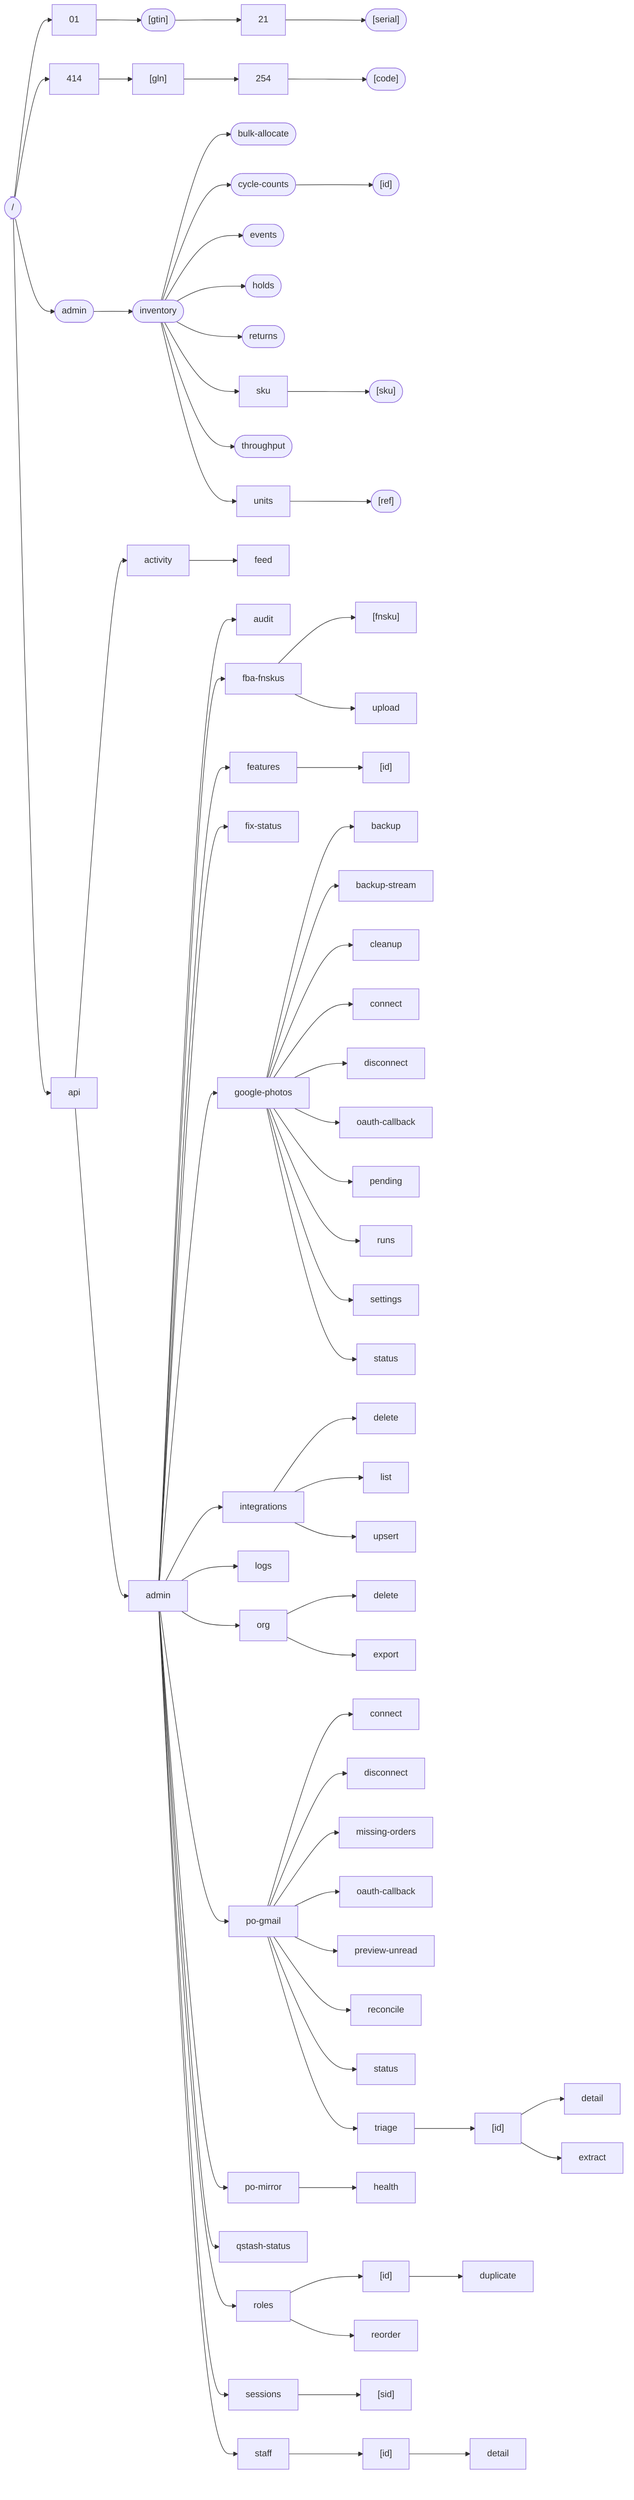
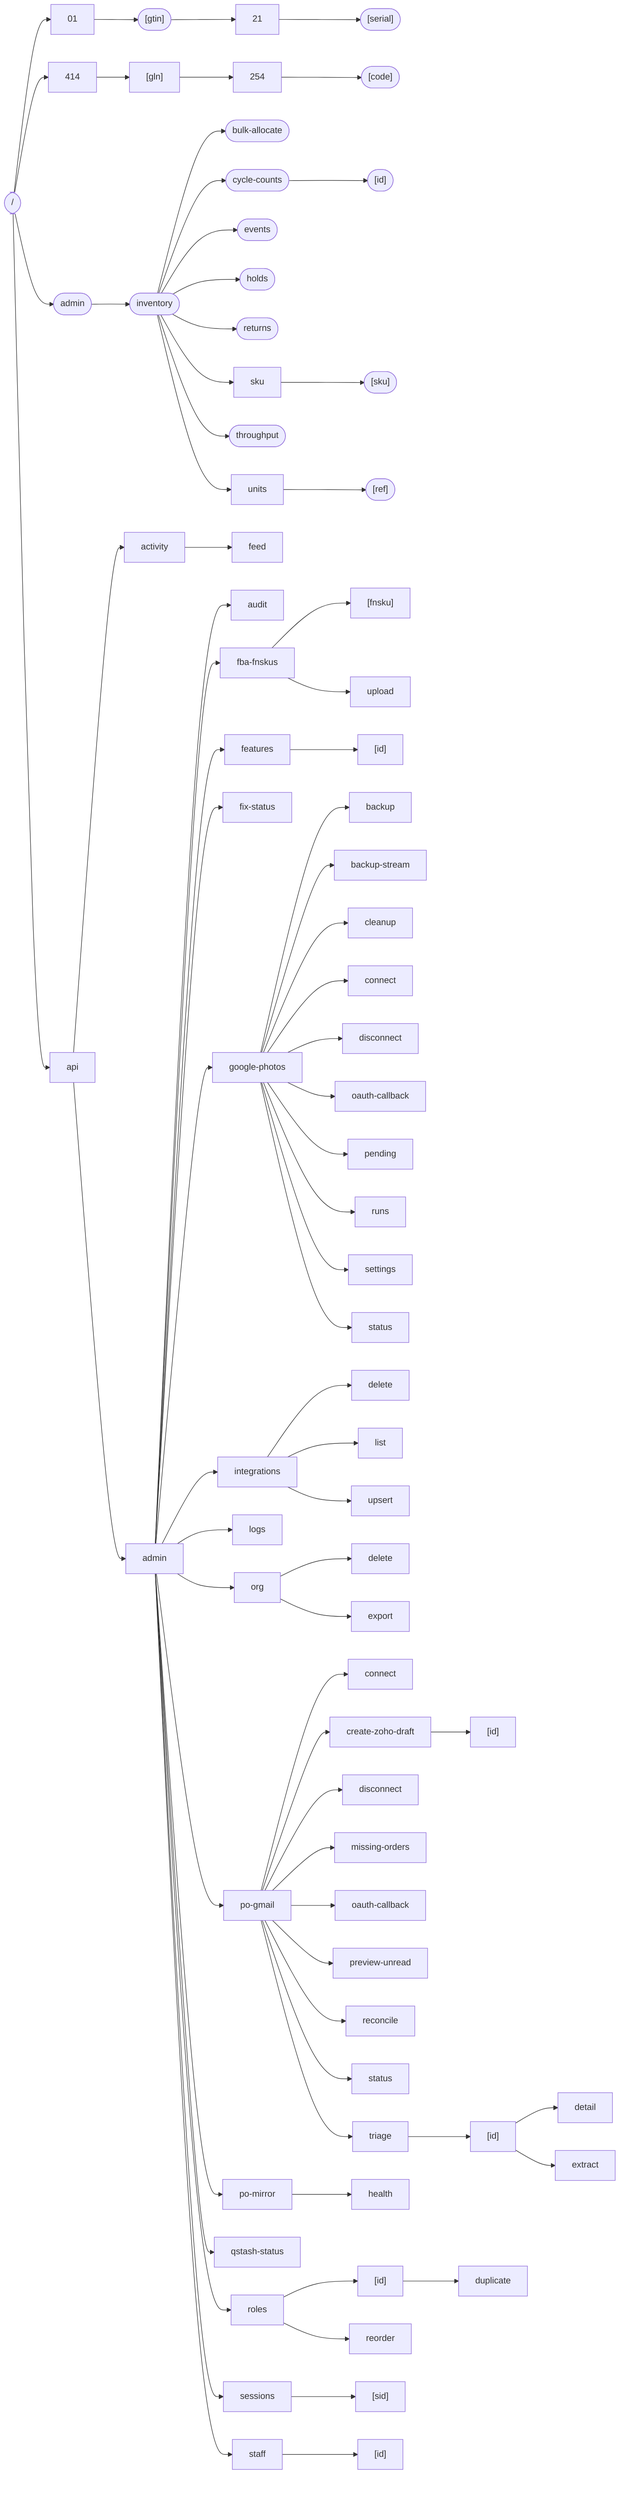
flowchart LR
  root(["/"])
  01["01"]
  root --> 01
  01__gtin(["[gtin]"])
  01 --> 01__gtin
  click 01__gtin "src/app/01/[gtin]/page.tsx" "page: src/app/01/[gtin]/page.tsx"
  01__gtin__21["21"]
  01__gtin --> 01__gtin__21
  01__gtin__21__serial(["[serial]"])
  01__gtin__21 --> 01__gtin__21__serial
  click 01__gtin__21__serial "src/app/01/[gtin]/21/[serial]/page.tsx" "page: src/app/01/[gtin]/21/[serial]/page.tsx"
  414["414"]
  root --> 414
  414__gln["[gln]"]
  414 --> 414__gln
  414__gln__254["254"]
  414__gln --> 414__gln__254
  414__gln__254__code(["[code]"])
  414__gln__254 --> 414__gln__254__code
  click 414__gln__254__code "src/app/414/[gln]/254/[code]/page.tsx" "page: src/app/414/[gln]/254/[code]/page.tsx"
  admin(["admin"])
  root --> admin
  click admin "src/app/admin/page.tsx" "page: src/app/admin/page.tsx"
  admin_inventory(["inventory"])
  admin --> admin_inventory
  click admin_inventory "src/app/admin/inventory/page.tsx" "page: src/app/admin/inventory/page.tsx"
  admin_inventory_bulk_allocate(["bulk-allocate"])
  admin_inventory --> admin_inventory_bulk_allocate
  click admin_inventory_bulk_allocate "src/app/admin/inventory/bulk-allocate/page.tsx" "page: src/app/admin/inventory/bulk-allocate/page.tsx"
  admin_inventory_cycle_counts(["cycle-counts"])
  admin_inventory --> admin_inventory_cycle_counts
  click admin_inventory_cycle_counts "src/app/admin/inventory/cycle-counts/page.tsx" "page: src/app/admin/inventory/cycle-counts/page.tsx"
  admin_inventory_cycle_counts__id(["[id]"])
  admin_inventory_cycle_counts --> admin_inventory_cycle_counts__id
  click admin_inventory_cycle_counts__id "src/app/admin/inventory/cycle-counts/[id]/page.tsx" "page: src/app/admin/inventory/cycle-counts/[id]/page.tsx"
  admin_inventory_events(["events"])
  admin_inventory --> admin_inventory_events
  click admin_inventory_events "src/app/admin/inventory/events/page.tsx" "page: src/app/admin/inventory/events/page.tsx"
  admin_inventory_holds(["holds"])
  admin_inventory --> admin_inventory_holds
  click admin_inventory_holds "src/app/admin/inventory/holds/page.tsx" "page: src/app/admin/inventory/holds/page.tsx"
  admin_inventory_returns(["returns"])
  admin_inventory --> admin_inventory_returns
  click admin_inventory_returns "src/app/admin/inventory/returns/page.tsx" "page: src/app/admin/inventory/returns/page.tsx"
  admin_inventory_sku["sku"]
  admin_inventory --> admin_inventory_sku
  admin_inventory_sku__sku(["[sku]"])
  admin_inventory_sku --> admin_inventory_sku__sku
  click admin_inventory_sku__sku "src/app/admin/inventory/sku/[sku]/page.tsx" "page: src/app/admin/inventory/sku/[sku]/page.tsx"
  admin_inventory_throughput(["throughput"])
  admin_inventory --> admin_inventory_throughput
  click admin_inventory_throughput "src/app/admin/inventory/throughput/page.tsx" "page: src/app/admin/inventory/throughput/page.tsx"
  admin_inventory_units["units"]
  admin_inventory --> admin_inventory_units
  admin_inventory_units__ref(["[ref]"])
  admin_inventory_units --> admin_inventory_units__ref
  click admin_inventory_units__ref "src/app/admin/inventory/units/[ref]/page.tsx" "page: src/app/admin/inventory/units/[ref]/page.tsx"
  api["api"]
  root --> api
  api_activity["activity"]
  api --> api_activity
  api_activity_feed["feed"]
  api_activity --> api_activity_feed
  click api_activity_feed "src/app/api/activity/feed/route.ts" "route: src/app/api/activity/feed/route.ts"
  api_admin["admin"]
  api --> api_admin
  api_admin_audit["audit"]
  api_admin --> api_admin_audit
  click api_admin_audit "src/app/api/admin/audit/route.ts" "route: src/app/api/admin/audit/route.ts"
  api_admin_fba_fnskus["fba-fnskus"]
  api_admin --> api_admin_fba_fnskus
  click api_admin_fba_fnskus "src/app/api/admin/fba-fnskus/route.ts" "route: src/app/api/admin/fba-fnskus/route.ts"
  api_admin_fba_fnskus__fnsku["[fnsku]"]
  api_admin_fba_fnskus --> api_admin_fba_fnskus__fnsku
  click api_admin_fba_fnskus__fnsku "src/app/api/admin/fba-fnskus/[fnsku]/route.ts" "route: src/app/api/admin/fba-fnskus/[fnsku]/route.ts"
  api_admin_fba_fnskus_upload["upload"]
  api_admin_fba_fnskus --> api_admin_fba_fnskus_upload
  click api_admin_fba_fnskus_upload "src/app/api/admin/fba-fnskus/upload/route.ts" "route: src/app/api/admin/fba-fnskus/upload/route.ts"
  api_admin_features["features"]
  api_admin --> api_admin_features
  click api_admin_features "src/app/api/admin/features/route.ts" "route: src/app/api/admin/features/route.ts"
  api_admin_features__id["[id]"]
  api_admin_features --> api_admin_features__id
  click api_admin_features__id "src/app/api/admin/features/[id]/route.ts" "route: src/app/api/admin/features/[id]/route.ts"
  api_admin_fix_status["fix-status"]
  api_admin --> api_admin_fix_status
  click api_admin_fix_status "src/app/api/admin/fix-status/route.ts" "route: src/app/api/admin/fix-status/route.ts"
  api_admin_google_photos["google-photos"]
  api_admin --> api_admin_google_photos
  api_admin_google_photos_backup["backup"]
  api_admin_google_photos --> api_admin_google_photos_backup
  click api_admin_google_photos_backup "src/app/api/admin/google-photos/backup/route.ts" "route: src/app/api/admin/google-photos/backup/route.ts"
  api_admin_google_photos_backup_stream["backup-stream"]
  api_admin_google_photos --> api_admin_google_photos_backup_stream
  click api_admin_google_photos_backup_stream "src/app/api/admin/google-photos/backup-stream/route.ts" "route: src/app/api/admin/google-photos/backup-stream/route.ts"
  api_admin_google_photos_cleanup["cleanup"]
  api_admin_google_photos --> api_admin_google_photos_cleanup
  click api_admin_google_photos_cleanup "src/app/api/admin/google-photos/cleanup/route.ts" "route: src/app/api/admin/google-photos/cleanup/route.ts"
  api_admin_google_photos_connect["connect"]
  api_admin_google_photos --> api_admin_google_photos_connect
  click api_admin_google_photos_connect "src/app/api/admin/google-photos/connect/route.ts" "route: src/app/api/admin/google-photos/connect/route.ts"
  api_admin_google_photos_disconnect["disconnect"]
  api_admin_google_photos --> api_admin_google_photos_disconnect
  click api_admin_google_photos_disconnect "src/app/api/admin/google-photos/disconnect/route.ts" "route: src/app/api/admin/google-photos/disconnect/route.ts"
  api_admin_google_photos_oauth_callback["oauth-callback"]
  api_admin_google_photos --> api_admin_google_photos_oauth_callback
  click api_admin_google_photos_oauth_callback "src/app/api/admin/google-photos/oauth-callback/route.ts" "route: src/app/api/admin/google-photos/oauth-callback/route.ts"
  api_admin_google_photos_pending["pending"]
  api_admin_google_photos --> api_admin_google_photos_pending
  click api_admin_google_photos_pending "src/app/api/admin/google-photos/pending/route.ts" "route: src/app/api/admin/google-photos/pending/route.ts"
  api_admin_google_photos_runs["runs"]
  api_admin_google_photos --> api_admin_google_photos_runs
  click api_admin_google_photos_runs "src/app/api/admin/google-photos/runs/route.ts" "route: src/app/api/admin/google-photos/runs/route.ts"
  api_admin_google_photos_settings["settings"]
  api_admin_google_photos --> api_admin_google_photos_settings
  click api_admin_google_photos_settings "src/app/api/admin/google-photos/settings/route.ts" "route: src/app/api/admin/google-photos/settings/route.ts"
  api_admin_google_photos_status["status"]
  api_admin_google_photos --> api_admin_google_photos_status
  click api_admin_google_photos_status "src/app/api/admin/google-photos/status/route.ts" "route: src/app/api/admin/google-photos/status/route.ts"
  api_admin_integrations["integrations"]
  api_admin --> api_admin_integrations
  api_admin_integrations_delete["delete"]
  api_admin_integrations --> api_admin_integrations_delete
  click api_admin_integrations_delete "src/app/api/admin/integrations/delete/route.ts" "route: src/app/api/admin/integrations/delete/route.ts"
  api_admin_integrations_list["list"]
  api_admin_integrations --> api_admin_integrations_list
  click api_admin_integrations_list "src/app/api/admin/integrations/list/route.ts" "route: src/app/api/admin/integrations/list/route.ts"
  api_admin_integrations_upsert["upsert"]
  api_admin_integrations --> api_admin_integrations_upsert
  click api_admin_integrations_upsert "src/app/api/admin/integrations/upsert/route.ts" "route: src/app/api/admin/integrations/upsert/route.ts"
  api_admin_logs["logs"]
  api_admin --> api_admin_logs
  click api_admin_logs "src/app/api/admin/logs/route.ts" "route: src/app/api/admin/logs/route.ts"
  api_admin_org["org"]
  api_admin --> api_admin_org
  api_admin_org_delete["delete"]
  api_admin_org --> api_admin_org_delete
  click api_admin_org_delete "src/app/api/admin/org/delete/route.ts" "route: src/app/api/admin/org/delete/route.ts"
  api_admin_org_export["export"]
  api_admin_org --> api_admin_org_export
  click api_admin_org_export "src/app/api/admin/org/export/route.ts" "route: src/app/api/admin/org/export/route.ts"
  api_admin_po_gmail["po-gmail"]
  api_admin --> api_admin_po_gmail
  api_admin_po_gmail_connect["connect"]
  api_admin_po_gmail --> api_admin_po_gmail_connect
  click api_admin_po_gmail_connect "src/app/api/admin/po-gmail/connect/route.ts" "route: src/app/api/admin/po-gmail/connect/route.ts"
+   api_admin_po_gmail_create_zoho_draft["create-zoho-draft"]
+   api_admin_po_gmail --> api_admin_po_gmail_create_zoho_draft
+   api_admin_po_gmail_create_zoho_draft__id["[id]"]
+   api_admin_po_gmail_create_zoho_draft --> api_admin_po_gmail_create_zoho_draft__id
+   click api_admin_po_gmail_create_zoho_draft__id "src/app/api/admin/po-gmail/create-zoho-draft/[id]/route.ts" "route: src/app/api/admin/po-gmail/create-zoho-draft/[id]/route.ts"
  api_admin_po_gmail_disconnect["disconnect"]
  api_admin_po_gmail --> api_admin_po_gmail_disconnect
  click api_admin_po_gmail_disconnect "src/app/api/admin/po-gmail/disconnect/route.ts" "route: src/app/api/admin/po-gmail/disconnect/route.ts"
  api_admin_po_gmail_missing_orders["missing-orders"]
  api_admin_po_gmail --> api_admin_po_gmail_missing_orders
  click api_admin_po_gmail_missing_orders "src/app/api/admin/po-gmail/missing-orders/route.ts" "route: src/app/api/admin/po-gmail/missing-orders/route.ts"
  api_admin_po_gmail_oauth_callback["oauth-callback"]
  api_admin_po_gmail --> api_admin_po_gmail_oauth_callback
  click api_admin_po_gmail_oauth_callback "src/app/api/admin/po-gmail/oauth-callback/route.ts" "route: src/app/api/admin/po-gmail/oauth-callback/route.ts"
  api_admin_po_gmail_preview_unread["preview-unread"]
  api_admin_po_gmail --> api_admin_po_gmail_preview_unread
  click api_admin_po_gmail_preview_unread "src/app/api/admin/po-gmail/preview-unread/route.ts" "route: src/app/api/admin/po-gmail/preview-unread/route.ts"
  api_admin_po_gmail_reconcile["reconcile"]
  api_admin_po_gmail --> api_admin_po_gmail_reconcile
  click api_admin_po_gmail_reconcile "src/app/api/admin/po-gmail/reconcile/route.ts" "route: src/app/api/admin/po-gmail/reconcile/route.ts"
  api_admin_po_gmail_status["status"]
  api_admin_po_gmail --> api_admin_po_gmail_status
  click api_admin_po_gmail_status "src/app/api/admin/po-gmail/status/route.ts" "route: src/app/api/admin/po-gmail/status/route.ts"
  api_admin_po_gmail_triage["triage"]
  api_admin_po_gmail --> api_admin_po_gmail_triage
  click api_admin_po_gmail_triage "src/app/api/admin/po-gmail/triage/route.ts" "route: src/app/api/admin/po-gmail/triage/route.ts"
  api_admin_po_gmail_triage__id["[id]"]
  api_admin_po_gmail_triage --> api_admin_po_gmail_triage__id
  click api_admin_po_gmail_triage__id "src/app/api/admin/po-gmail/triage/[id]/route.ts" "route: src/app/api/admin/po-gmail/triage/[id]/route.ts"
  api_admin_po_gmail_triage__id__detail["detail"]
  api_admin_po_gmail_triage__id --> api_admin_po_gmail_triage__id__detail
  click api_admin_po_gmail_triage__id__detail "src/app/api/admin/po-gmail/triage/[id]/detail/route.ts" "route: src/app/api/admin/po-gmail/triage/[id]/detail/route.ts"
  api_admin_po_gmail_triage__id__extract["extract"]
  api_admin_po_gmail_triage__id --> api_admin_po_gmail_triage__id__extract
  click api_admin_po_gmail_triage__id__extract "src/app/api/admin/po-gmail/triage/[id]/extract/route.ts" "route: src/app/api/admin/po-gmail/triage/[id]/extract/route.ts"
  api_admin_po_mirror["po-mirror"]
  api_admin --> api_admin_po_mirror
  api_admin_po_mirror_health["health"]
  api_admin_po_mirror --> api_admin_po_mirror_health
  click api_admin_po_mirror_health "src/app/api/admin/po-mirror/health/route.ts" "route: src/app/api/admin/po-mirror/health/route.ts"
  api_admin_qstash_status["qstash-status"]
  api_admin --> api_admin_qstash_status
  click api_admin_qstash_status "src/app/api/admin/qstash-status/route.ts" "route: src/app/api/admin/qstash-status/route.ts"
  api_admin_roles["roles"]
  api_admin --> api_admin_roles
  click api_admin_roles "src/app/api/admin/roles/route.ts" "route: src/app/api/admin/roles/route.ts"
  api_admin_roles__id["[id]"]
  api_admin_roles --> api_admin_roles__id
  click api_admin_roles__id "src/app/api/admin/roles/[id]/route.ts" "route: src/app/api/admin/roles/[id]/route.ts"
  api_admin_roles__id__duplicate["duplicate"]
  api_admin_roles__id --> api_admin_roles__id__duplicate
  click api_admin_roles__id__duplicate "src/app/api/admin/roles/[id]/duplicate/route.ts" "route: src/app/api/admin/roles/[id]/duplicate/route.ts"
  api_admin_roles_reorder["reorder"]
  api_admin_roles --> api_admin_roles_reorder
  click api_admin_roles_reorder "src/app/api/admin/roles/reorder/route.ts" "route: src/app/api/admin/roles/reorder/route.ts"
  api_admin_sessions["sessions"]
  api_admin --> api_admin_sessions
  click api_admin_sessions "src/app/api/admin/sessions/route.ts" "route: src/app/api/admin/sessions/route.ts"
  api_admin_sessions__sid["[sid]"]
  api_admin_sessions --> api_admin_sessions__sid
  click api_admin_sessions__sid "src/app/api/admin/sessions/[sid]/route.ts" "route: src/app/api/admin/sessions/[sid]/route.ts"
  api_admin_staff["staff"]
  api_admin --> api_admin_staff
  click api_admin_staff "src/app/api/admin/staff/route.ts" "route: src/app/api/admin/staff/route.ts"
  api_admin_staff__id["[id]"]
  api_admin_staff --> api_admin_staff__id
-   click api_admin_staff__id "src/app/api/admin/staff/[id]/route.ts" "route: src/app/api/admin/staff/[id]/route.ts"
-   api_admin_staff__id__detail["detail"]
-   api_admin_staff__id --> api_admin_staff__id__detail
-   click api_admin_staff__id__detail "src/app/api/admin/staff/[id]/detail/route.ts" "route: src/app/api/admin/staff/[id]/detail/route.ts"+   click api_admin_staff__id "src/app/api/admin/staff/[id]/route.ts" "route: src/app/api/admin/staff/[id]/route.ts"